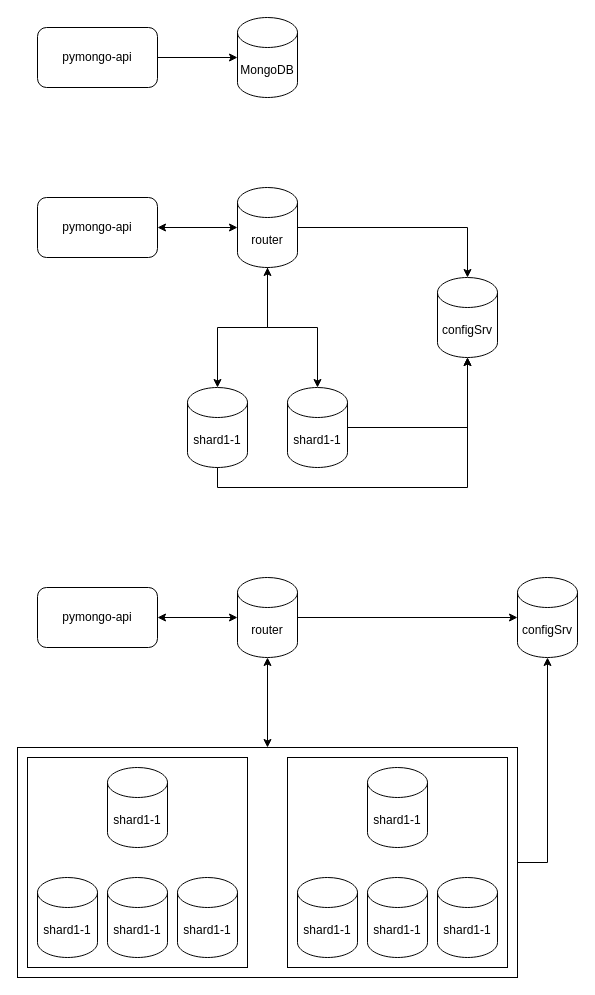
Alteracia/practicum_black-friday keeps this draw.io diagram as diagrams/task1.drawio. Above is the earlier version. Source tidied: cells renumbered, new cells numbered last; positions are measured from the earlier drawing's top-left corner, leaving out a move shared by most shapes. Both pictures are drawn from the tidied source at 100%, with x=0, y=0 at pixel (17, 17).
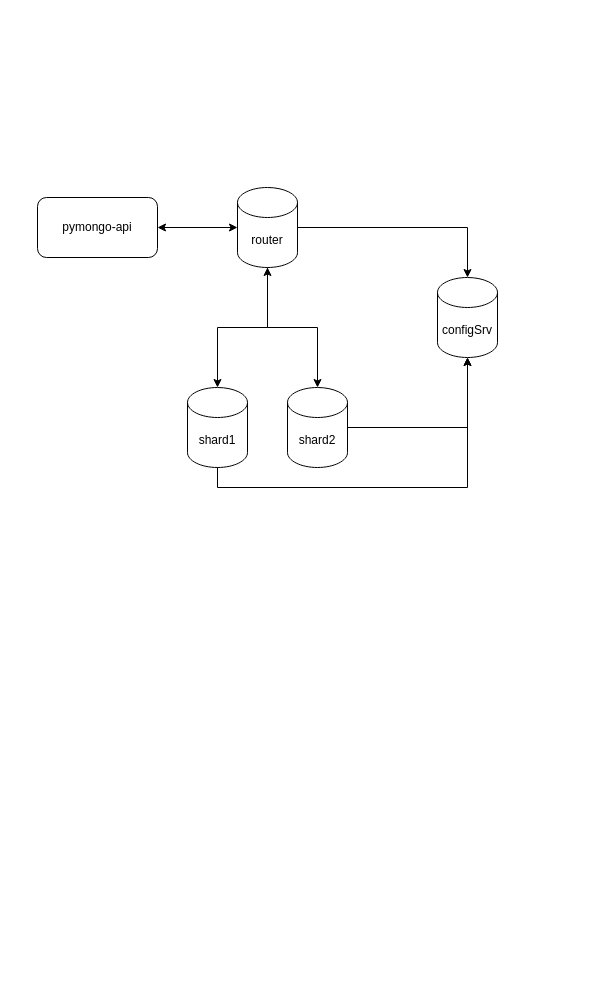
The same diagram, later.

What changed in the source:
```diff
@@
-    <mxCell id="2" style="rounded=0;whiteSpace=wrap;html=1;" parent="1" vertex="1">
-      <mxGeometry y="730" width="500" height="230" as="geometry" />
-    </mxCell>
-    <mxCell id="3" style="rounded=0;whiteSpace=wrap;html=1;" parent="1" vertex="1">
-      <mxGeometry x="270" y="740" width="220" height="210" as="geometry" />
-    </mxCell>
-    <mxCell id="4" style="rounded=0;whiteSpace=wrap;html=1;" parent="1" vertex="1">
-      <mxGeometry x="10" y="740" width="220" height="210" as="geometry" />
-    </mxCell>
-    <mxCell id="5" value="MongoDB" style="shape=cylinder3;whiteSpace=wrap;html=1;boundedLbl=1;backgroundOutline=1;size=15;" parent="1" vertex="1">
-      <mxGeometry x="220" width="60" height="80" as="geometry" />
-    </mxCell>
-    <mxCell id="6" value="pymongo-api" style="rounded=1;whiteSpace=wrap;html=1;" parent="1" vertex="1">
-      <mxGeometry x="20" y="10" width="120" height="60" as="geometry" />
-    </mxCell>
-    <mxCell id="7" style="edgeStyle=orthogonalEdgeStyle;rounded=0;jettySize=auto;html=1;exitX=1;exitY=0.5;exitDx=0;exitDy=0;entryX=0;entryY=0.5;entryDx=0;entryDy=0;entryPerimeter=0;" parent="1" edge="1" source="6" target="5">
-      <mxGeometry relative="1" as="geometry" />
-    </mxCell>
-    <mxCell id="8" value="shard1-1" style="shape=cylinder3;whiteSpace=wrap;html=1;boundedLbl=1;backgroundOutline=1;size=15;" parent="1" vertex="1">
+    <mxCell id="8" value="shard1" style="shape=cylinder3;whiteSpace=wrap;html=1;boundedLbl=1;backgroundOutline=1;size=15;" parent="1" vertex="1">
       <mxGeometry x="170" y="370" width="60" height="80" as="geometry" />
     </mxCell>
@@
-    <mxCell id="12" value="shard1-1" style="shape=cylinder3;whiteSpace=wrap;html=1;boundedLbl=1;backgroundOutline=1;size=15;" parent="1" vertex="1">
+    <mxCell id="12" value="shard2" style="shape=cylinder3;whiteSpace=wrap;html=1;boundedLbl=1;backgroundOutline=1;size=15;" parent="1" vertex="1">
       <mxGeometry x="270" y="370" width="60" height="80" as="geometry" />
     </mxCell>
@@
-    <mxCell id="19" value="shard1-1" style="shape=cylinder3;whiteSpace=wrap;html=1;boundedLbl=1;backgroundOutline=1;size=15;" parent="1" vertex="1">
-      <mxGeometry x="90" y="750" width="60" height="80" as="geometry" />
-    </mxCell>
-    <mxCell id="20" style="edgeStyle=orthogonalEdgeStyle;rounded=0;jettySize=auto;html=1;entryX=0;entryY=0.5;entryDx=0;entryDy=0;entryPerimeter=0;startArrow=classic;startFill=1;" parent="1" edge="1" source="21" target="22">
-      <mxGeometry relative="1" as="geometry" />
-    </mxCell>
-    <mxCell id="21" value="pymongo-api" style="rounded=1;whiteSpace=wrap;html=1;" parent="1" vertex="1">
-      <mxGeometry x="20" y="570" width="120" height="60" as="geometry" />
-    </mxCell>
-    <mxCell id="22" value="router" style="shape=cylinder3;whiteSpace=wrap;html=1;boundedLbl=1;backgroundOutline=1;size=15;" parent="1" vertex="1">
-      <mxGeometry x="220" y="560" width="60" height="80" as="geometry" />
-    </mxCell>
-    <mxCell id="23" value="shard1-1" style="shape=cylinder3;whiteSpace=wrap;html=1;boundedLbl=1;backgroundOutline=1;size=15;" parent="1" vertex="1">
-      <mxGeometry x="350" y="750" width="60" height="80" as="geometry" />
-    </mxCell>
-    <mxCell id="24" style="edgeStyle=orthogonalEdgeStyle;rounded=0;jettySize=auto;html=1;startArrow=classic;startFill=1;" parent="1" edge="1" source="22" target="2">
-      <mxGeometry relative="1" as="geometry" />
-    </mxCell>
-    <mxCell id="25" value="configSrv" style="shape=cylinder3;whiteSpace=wrap;html=1;boundedLbl=1;backgroundOutline=1;size=15;" parent="1" vertex="1">
-      <mxGeometry x="500" y="560" width="60" height="80" as="geometry" />
-    </mxCell>
-    <mxCell id="26" style="edgeStyle=orthogonalEdgeStyle;rounded=0;jettySize=auto;html=1;" parent="1" edge="1" source="22" target="25">
-      <mxGeometry relative="1" as="geometry" />
-    </mxCell>
-    <mxCell id="27" style="edgeStyle=orthogonalEdgeStyle;rounded=0;jettySize=auto;html=1;entryX=1;entryY=0.5;entryDx=0;entryDy=0;exitX=0.5;exitY=1;exitDx=0;exitDy=0;exitPerimeter=0;endArrow=none;endFill=0;startArrow=classic;startFill=1;" parent="1" edge="1" source="25" target="2">
-      <mxGeometry relative="1" as="geometry" />
-    </mxCell>
-    <mxCell id="28" value="shard1-1" style="shape=cylinder3;whiteSpace=wrap;html=1;boundedLbl=1;backgroundOutline=1;size=15;" parent="1" vertex="1">
-      <mxGeometry x="20" y="860" width="60" height="80" as="geometry" />
-    </mxCell>
-    <mxCell id="29" value="shard1-1" style="shape=cylinder3;whiteSpace=wrap;html=1;boundedLbl=1;backgroundOutline=1;size=15;" parent="1" vertex="1">
-      <mxGeometry x="90" y="860" width="60" height="80" as="geometry" />
-    </mxCell>
-    <mxCell id="30" value="shard1-1" style="shape=cylinder3;whiteSpace=wrap;html=1;boundedLbl=1;backgroundOutline=1;size=15;" parent="1" vertex="1">
-      <mxGeometry x="160" y="860" width="60" height="80" as="geometry" />
-    </mxCell>
-    <mxCell id="31" value="shard1-1" style="shape=cylinder3;whiteSpace=wrap;html=1;boundedLbl=1;backgroundOutline=1;size=15;" parent="1" vertex="1">
-      <mxGeometry x="280" y="860" width="60" height="80" as="geometry" />
-    </mxCell>
-    <mxCell id="32" value="shard1-1" style="shape=cylinder3;whiteSpace=wrap;html=1;boundedLbl=1;backgroundOutline=1;size=15;" parent="1" vertex="1">
-      <mxGeometry x="350" y="860" width="60" height="80" as="geometry" />
-    </mxCell>
-    <mxCell id="33" value="shard1-1" style="shape=cylinder3;whiteSpace=wrap;html=1;boundedLbl=1;backgroundOutline=1;size=15;" parent="1" vertex="1">
-      <mxGeometry x="420" y="860" width="60" height="80" as="geometry" />
-    </mxCell>
```
